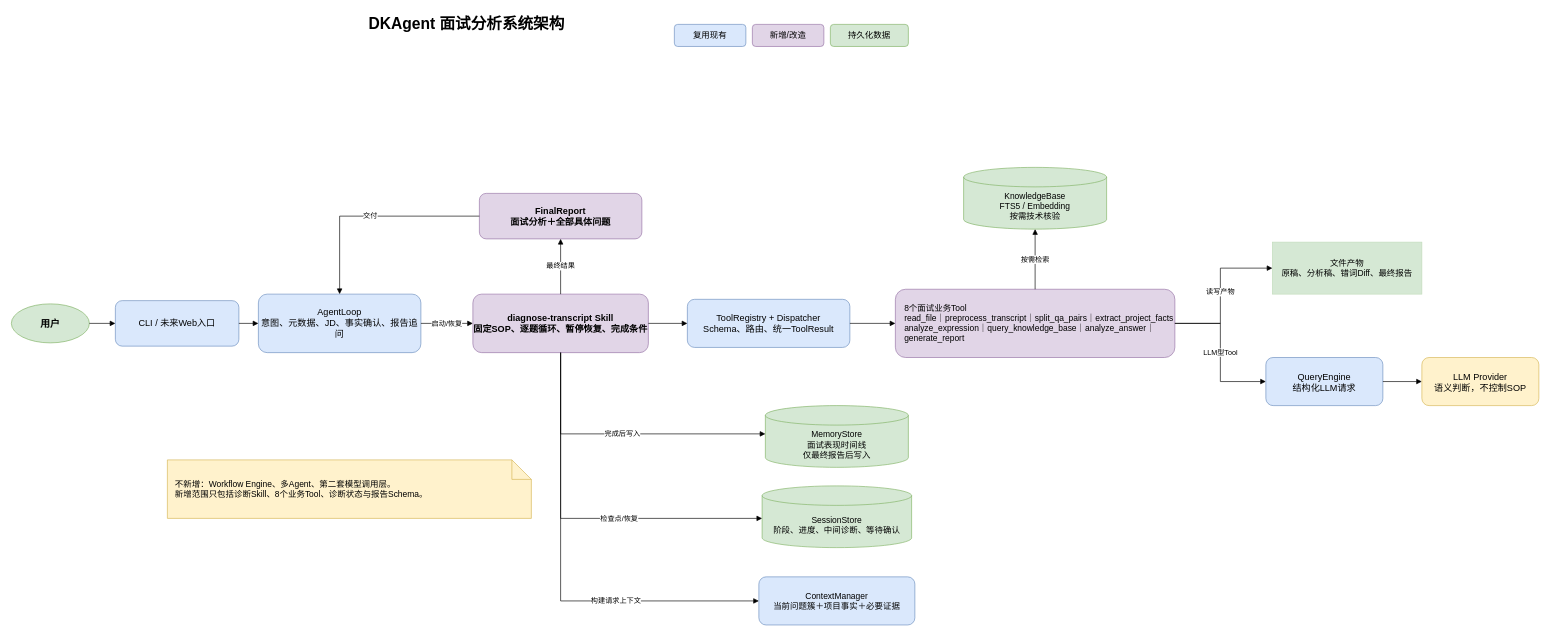
Before: desginDocs/04-system-architecture.drawio in xxk156277/DKAgent, a draw.io diagram. Source tidied: cells renumbered, new cells numbered last; positions are measured from the earlier drawing's top-left corner, leaving out a move shared by most shapes. Both pictures are drawn from the tidied source at 65%, with x=0, y=0 at pixel (11, 11).
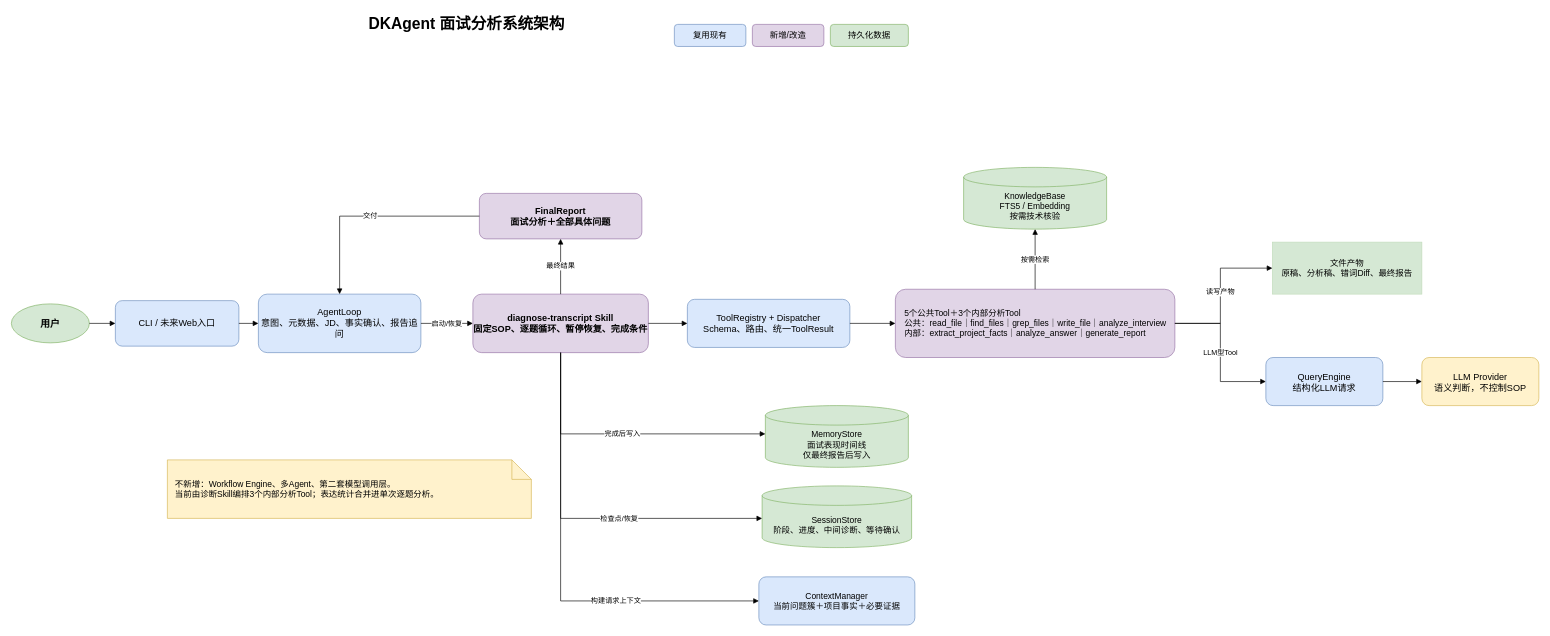
After the change.

Change to the diagram source:
```diff
@@
-    <mxCell id="12" value="8个面试业务Tool&#10;read_file｜preprocess_transcript｜split_qa_pairs｜extract_project_facts&#10;analyze_expression｜query_knowledge_base｜analyze_answer｜generate_report" style="rounded=1;whiteSpace=wrap;html=1;fillColor=#e1d5e7;strokeColor=#9673a6;fontSize=13;align=left;spacingLeft=12;" parent="1" vertex="1">
+    <mxCell id="12" value="5个公共Tool＋3个内部分析Tool&#10;公共：read_file｜find_files｜grep_files｜write_file｜analyze_interview&#10;内部：extract_project_facts｜analyze_answer｜generate_report" style="rounded=1;whiteSpace=wrap;html=1;fillColor=#e1d5e7;strokeColor=#9673a6;fontSize=13;align=left;spacingLeft=12;" parent="1" vertex="1">
       <mxGeometry x="1360" y="427.5" width="430" height="105" as="geometry" />
     </mxCell>
@@
-    <mxCell id="19" value="不新增：Workflow Engine、多Agent、第二套模型调用层。&#10;新增范围只包括诊断Skill、8个业务Tool、诊断状态与报告Schema。" style="shape=note;whiteSpace=wrap;html=1;backgroundOutline=1;fillColor=#fff2cc;strokeColor=#d6b656;fontSize=13;align=left;spacingLeft=10;" parent="1" vertex="1">
+    <mxCell id="19" value="不新增：Workflow Engine、多Agent、第二套模型调用层。&#10;当前由诊断Skill编排3个内部分析Tool；表达统计合并进单次逐题分析。" style="shape=note;whiteSpace=wrap;html=1;backgroundOutline=1;fillColor=#fff2cc;strokeColor=#d6b656;fontSize=13;align=left;spacingLeft=10;" parent="1" vertex="1">
       <mxGeometry x="240" y="690" width="560" height="90" as="geometry" />
     </mxCell>
```
